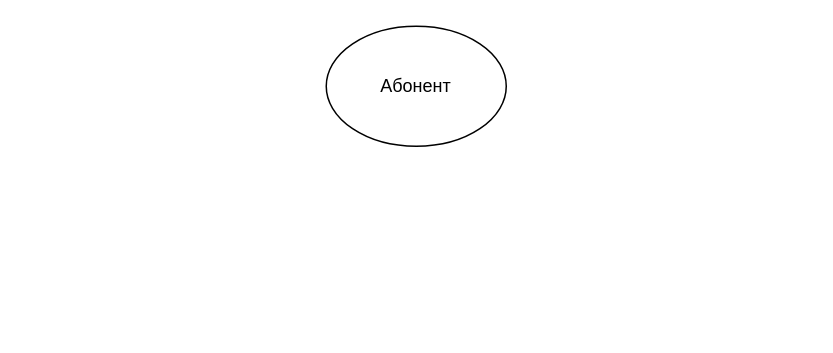
The draw.io diagram page "task-4" (4 of 6) of coursework/graphics/drawio/shop-assistant-tasks.drawio in markov-avl/DatabaseDevelopmentTechnology, before the edit. Source tidied: cells renumbered, new cells numbered last; positions are measured from the earlier drawing's top-left corner, leaving out a move shared by most shapes. Both pictures are drawn from the tidied source at 150%, with x=0, y=0 at pixel (326, 26).
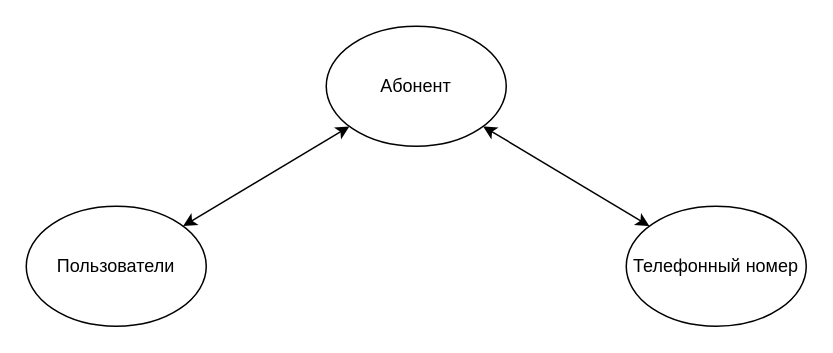
After the change.

Change to the diagram source:
```diff
@@
 <mxGraphModel>
   <root>
     <mxCell id="0" />
     <mxCell id="1" parent="0" />
     <mxCell id="2" value="Абонент" style="ellipse;whiteSpace=wrap;html=1;" parent="1" vertex="1">
       <mxGeometry width="120" height="80" as="geometry" />
     </mxCell>
+    <mxCell id="3" value="Телефонный номер" style="ellipse;whiteSpace=wrap;html=1;" parent="1" vertex="1">
+      <mxGeometry x="200" y="120" width="120" height="80" as="geometry" />
+    </mxCell>
+    <mxCell id="4" style="endArrow=classic;startArrow=classic;html=1;rounded=0;curved=1;startFill=1;" parent="1" edge="1" source="3" target="2">
+      <mxGeometry relative="1" as="geometry" />
+    </mxCell>
+    <mxCell id="5" value="Пользователи" style="ellipse;whiteSpace=wrap;html=1;" parent="1" vertex="1">
+      <mxGeometry x="-200" y="120" width="120" height="80" as="geometry" />
+    </mxCell>
+    <mxCell id="6" style="endArrow=classic;startArrow=classic;html=1;rounded=0;curved=1;startFill=1;" parent="1" edge="1" source="5" target="2">
+      <mxGeometry relative="1" as="geometry" />
+    </mxCell>
   </root>
 </mxGraphModel>
```
